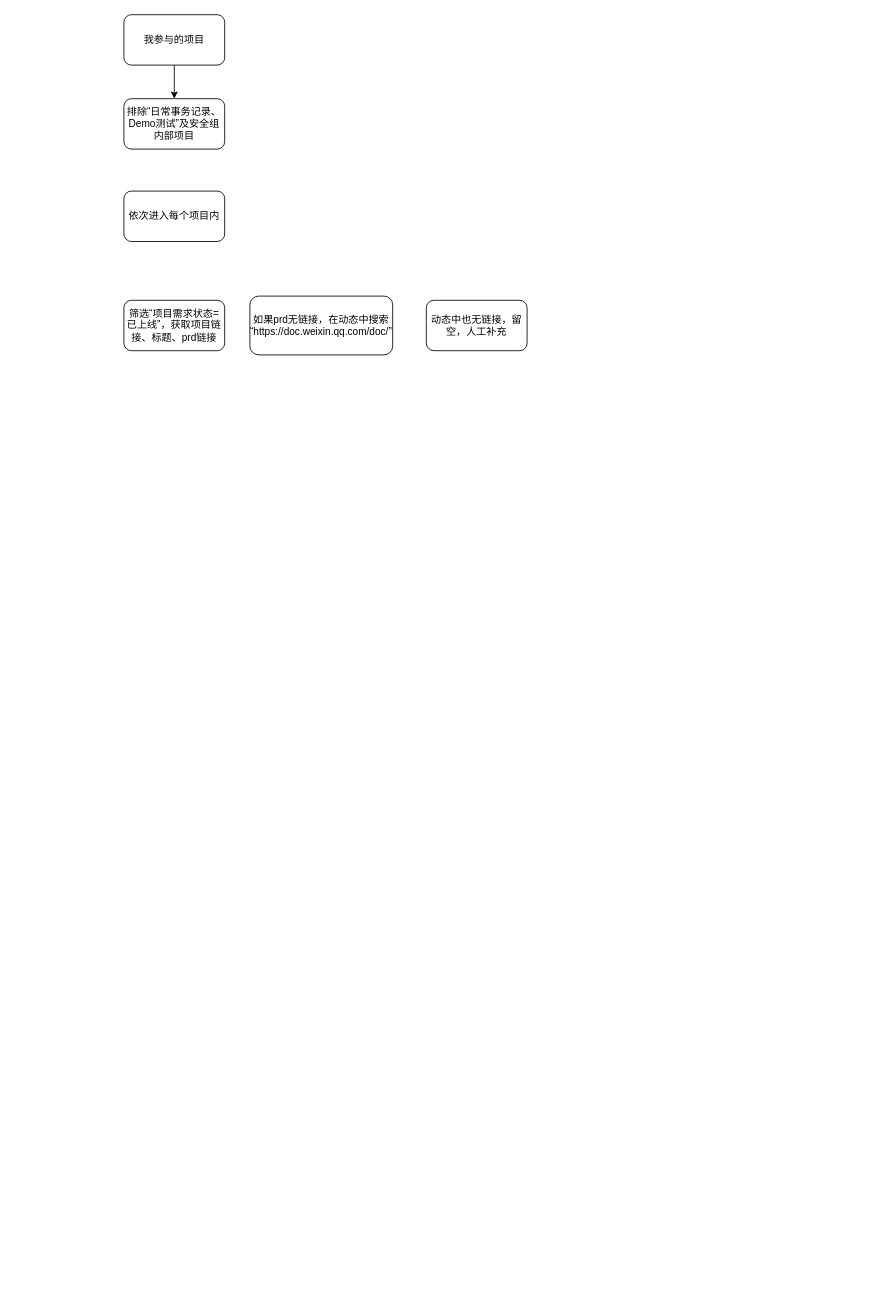
Before: tb项目新建.drawio in grayes/draw.io, a draw.io diagram. Source tidied: cells renumbered, new cells numbered last; positions are measured from the earlier drawing's top-left corner, leaving out a move shared by most shapes. Both pictures are drawn from the tidied source at 84%, with x=0, y=0 at pixel (123, 14).
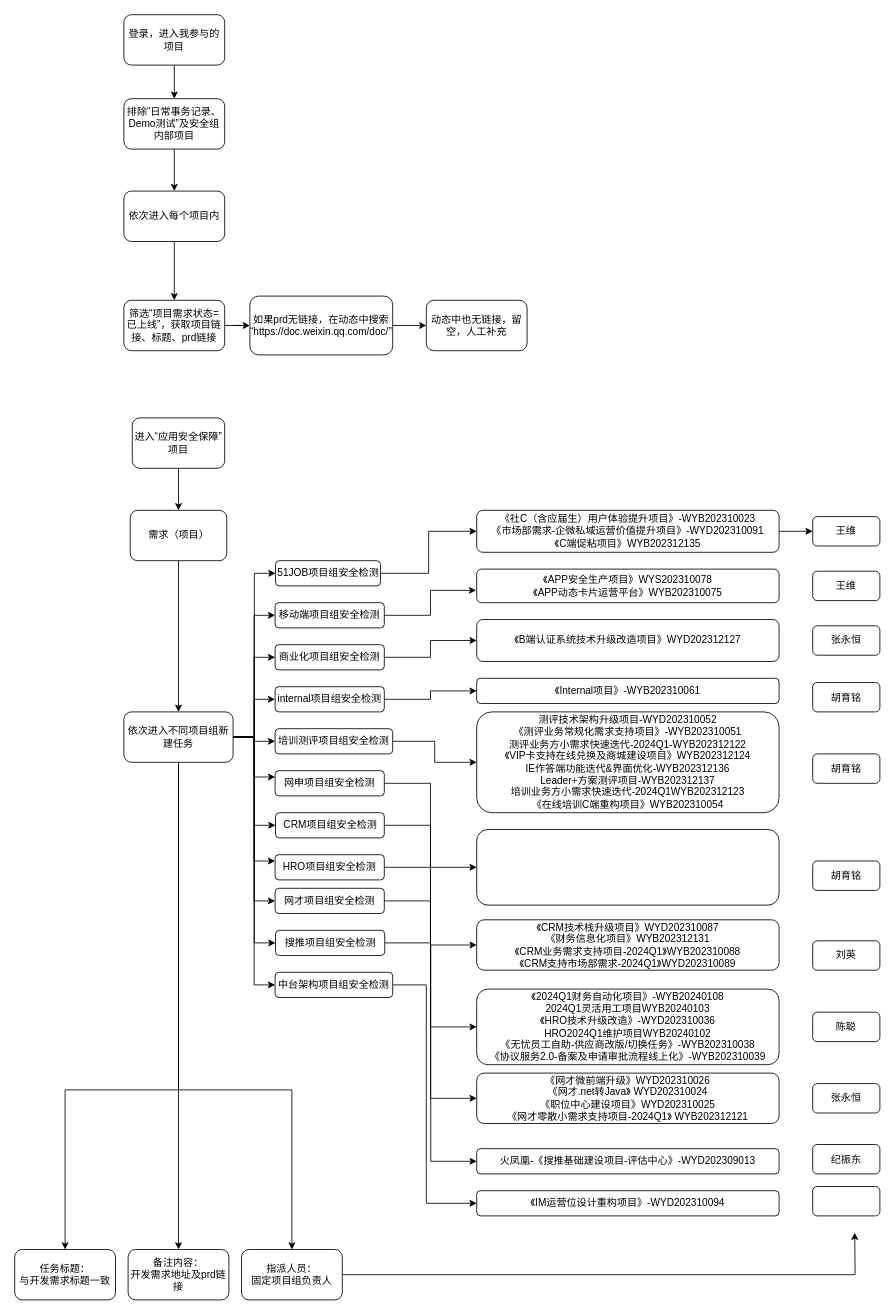
The same diagram, later.

Commit message (it also covers changes not shown here):
更新tb项目新建.drawio

Unchanged cells that the change refers to:
```xml
<mxCell id="4" value="排除“日常事务记录、Demo测试”及安全组内部项目" style="rounded=1;whiteSpace=wrap;html=1;" parent="1" vertex="1">
  <mxGeometry y="100" width="120" height="60" as="geometry" />
</mxCell>
<mxCell id="5" value="依次进入每个项目内" style="rounded=1;whiteSpace=wrap;html=1;" parent="1" vertex="1">
  <mxGeometry y="210" width="120" height="60" as="geometry" />
</mxCell>
<mxCell id="6" value="筛选“项目需求状态=已上线”，获取项目链接、标题、prd链接" style="rounded=1;whiteSpace=wrap;html=1;" parent="1" vertex="1">
  <mxGeometry y="340" width="120" height="60" as="geometry" />
</mxCell>
<mxCell id="7" value="如果prd无链接，在动态中搜索“https://doc.weixin.qq.com/doc/”" style="rounded=1;whiteSpace=wrap;html=1;" parent="1" vertex="1">
  <mxGeometry x="150" y="335" width="170" height="70" as="geometry" />
</mxCell>
<mxCell id="8" value="动态中也无链接，留空，人工补充" style="rounded=1;whiteSpace=wrap;html=1;" parent="1" vertex="1">
  <mxGeometry x="360" y="340" width="120" height="60" as="geometry" />
</mxCell>
```

Change to the diagram source:
```diff
@@
-    <mxCell id="3" value="我参与的项目" style="rounded=1;whiteSpace=wrap;html=1;" parent="1" vertex="1">
+    <mxCell id="3" value="登录，进入我参与的项目" style="rounded=1;whiteSpace=wrap;html=1;" parent="1" vertex="1">
       <mxGeometry width="120" height="60" as="geometry" />
     </mxCell>
+    <mxCell id="9" style="edgeStyle=orthogonalEdgeStyle;rounded=0;jettySize=auto;html=1;" parent="1" edge="1" source="4" target="5">
+      <mxGeometry relative="1" as="geometry" />
+    </mxCell>
@@
+    <mxCell id="10" style="edgeStyle=orthogonalEdgeStyle;rounded=0;jettySize=auto;html=1;" parent="1" edge="1" source="5" target="6">
+      <mxGeometry relative="1" as="geometry" />
+    </mxCell>
@@
+    <mxCell id="11" style="edgeStyle=orthogonalEdgeStyle;rounded=0;jettySize=auto;html=1;" parent="1" edge="1" source="6" target="7">
+      <mxGeometry relative="1" as="geometry" />
+    </mxCell>
@@
+    <mxCell id="12" style="edgeStyle=orthogonalEdgeStyle;rounded=0;jettySize=auto;html=1;" parent="1" edge="1" source="7" target="8">
+      <mxGeometry relative="1" as="geometry" />
+    </mxCell>
@@
+    <mxCell id="13" style="edgeStyle=orthogonalEdgeStyle;rounded=0;jettySize=auto;html=1;" parent="1" edge="1" source="14" target="16">
+      <mxGeometry relative="1" as="geometry" />
+    </mxCell>
+    <mxCell id="14" value="进入“应用安全保障”项目" style="rounded=1;whiteSpace=wrap;html=1;" parent="1" vertex="1">
+      <mxGeometry x="10" y="480" width="110" height="60" as="geometry" />
+    </mxCell>
+    <mxCell id="15" style="edgeStyle=orthogonalEdgeStyle;rounded=0;jettySize=auto;html=1;entryX=0.5;entryY=0;entryDx=0;entryDy=0;" parent="1" edge="1" source="16" target="31">
+      <mxGeometry relative="1" as="geometry" />
+    </mxCell>
+    <mxCell id="16" value="需求（项目）" style="rounded=1;whiteSpace=wrap;html=1;" parent="1" vertex="1">
+      <mxGeometry x="7.5" y="590" width="115" height="60" as="geometry" />
+    </mxCell>
+    <mxCell id="17" style="edgeStyle=orthogonalEdgeStyle;rounded=0;jettySize=auto;html=1;entryX=0;entryY=0.5;entryDx=0;entryDy=0;" parent="1" edge="1" source="31" target="33">
+      <mxGeometry relative="1" as="geometry" />
+    </mxCell>
+    <mxCell id="18" style="edgeStyle=orthogonalEdgeStyle;rounded=0;jettySize=auto;html=1;entryX=0;entryY=0.5;entryDx=0;entryDy=0;" parent="1" edge="1" source="31" target="34">
+      <mxGeometry relative="1" as="geometry" />
+    </mxCell>
+    <mxCell id="19" style="edgeStyle=orthogonalEdgeStyle;rounded=0;jettySize=auto;html=1;entryX=0;entryY=0.5;entryDx=0;entryDy=0;" parent="1" edge="1" source="31" target="40">
+      <mxGeometry relative="1" as="geometry" />
+    </mxCell>
+    <mxCell id="20" style="edgeStyle=orthogonalEdgeStyle;rounded=0;jettySize=auto;html=1;entryX=0;entryY=0.5;entryDx=0;entryDy=0;" parent="1" edge="1" source="31" target="46">
+      <mxGeometry relative="1" as="geometry" />
+    </mxCell>
+    <mxCell id="21" style="edgeStyle=orthogonalEdgeStyle;rounded=0;jettySize=auto;html=1;entryX=0;entryY=0.5;entryDx=0;entryDy=0;" parent="1" edge="1" source="31" target="48">
+      <mxGeometry relative="1" as="geometry" />
+    </mxCell>
+    <mxCell id="22" style="edgeStyle=orthogonalEdgeStyle;rounded=0;jettySize=auto;html=1;exitX=1;exitY=0.5;exitDx=0;exitDy=0;entryX=0;entryY=0.25;entryDx=0;entryDy=0;" parent="1" edge="1" source="31" target="44">
+      <mxGeometry relative="1" as="geometry" />
+    </mxCell>
+    <mxCell id="23" style="edgeStyle=orthogonalEdgeStyle;rounded=0;jettySize=auto;html=1;entryX=0;entryY=0.5;entryDx=0;entryDy=0;" parent="1" edge="1" source="31" target="42">
+      <mxGeometry relative="1" as="geometry" />
+    </mxCell>
+    <mxCell id="24" style="edgeStyle=orthogonalEdgeStyle;rounded=0;jettySize=auto;html=1;entryX=0;entryY=0.25;entryDx=0;entryDy=0;" parent="1" edge="1" source="31" target="38">
+      <mxGeometry relative="1" as="geometry" />
+    </mxCell>
+    <mxCell id="25" style="edgeStyle=orthogonalEdgeStyle;rounded=0;jettySize=auto;html=1;entryX=0;entryY=0.5;entryDx=0;entryDy=0;" parent="1" edge="1" source="31" target="36">
+      <mxGeometry relative="1" as="geometry" />
+    </mxCell>
+    <mxCell id="26" style="edgeStyle=orthogonalEdgeStyle;rounded=0;jettySize=auto;html=1;entryX=0;entryY=0.5;entryDx=0;entryDy=0;" parent="1" edge="1" source="31" target="62">
+      <mxGeometry relative="1" as="geometry" />
+    </mxCell>
+    <mxCell id="27" style="edgeStyle=orthogonalEdgeStyle;rounded=0;jettySize=auto;html=1;entryX=0;entryY=0.5;entryDx=0;entryDy=0;" parent="1" edge="1" source="31" target="65">
+      <mxGeometry relative="1" as="geometry" />
+    </mxCell>
+    <mxCell id="28" style="edgeStyle=orthogonalEdgeStyle;rounded=0;jettySize=auto;html=1;" parent="1" edge="1" source="31" target="67">
+      <mxGeometry relative="1" as="geometry" />
+    </mxCell>
+    <mxCell id="29" style="edgeStyle=orthogonalEdgeStyle;rounded=0;jettySize=auto;html=1;entryX=0.5;entryY=0;entryDx=0;entryDy=0;" parent="1" edge="1" source="31" target="60">
+      <mxGeometry relative="1" as="geometry">
+        <Array as="points">
+          <mxPoint x="65" y="1280" />
+          <mxPoint x="-70" y="1280" />
+        </Array>
+      </mxGeometry>
+    </mxCell>
+    <mxCell id="30" style="edgeStyle=orthogonalEdgeStyle;rounded=0;jettySize=auto;html=1;entryX=0.5;entryY=0;entryDx=0;entryDy=0;" parent="1" edge="1" source="31" target="80">
+      <mxGeometry relative="1" as="geometry">
+        <Array as="points">
+          <mxPoint x="65" y="1280" />
+          <mxPoint x="200" y="1280" />
+        </Array>
+      </mxGeometry>
+    </mxCell>
+    <mxCell id="31" value="依次进入不同项目组新建任务" style="rounded=1;whiteSpace=wrap;html=1;" parent="1" vertex="1">
+      <mxGeometry y="830" width="130" height="60" as="geometry" />
+    </mxCell>
+    <mxCell id="32" style="edgeStyle=orthogonalEdgeStyle;rounded=0;jettySize=auto;html=1;entryX=0;entryY=0.5;entryDx=0;entryDy=0;" parent="1" edge="1" source="33" target="50">
+      <mxGeometry relative="1" as="geometry" />
+    </mxCell>
+    <mxCell id="33" value="51JOB项目组安全检测" style="rounded=1;whiteSpace=wrap;html=1;" parent="1" vertex="1">
+      <mxGeometry x="180.5" y="650" width="125" height="30" as="geometry" />
+    </mxCell>
+    <mxCell id="34" value="移动端项目组安全检测" style="rounded=1;whiteSpace=wrap;html=1;" parent="1" vertex="1">
+      <mxGeometry x="180" y="700" width="130" height="30" as="geometry" />
+    </mxCell>
+    <mxCell id="35" style="edgeStyle=orthogonalEdgeStyle;rounded=0;jettySize=auto;html=1;entryX=0;entryY=0.5;entryDx=0;entryDy=0;" parent="1" edge="1" source="36" target="59">
+      <mxGeometry relative="1" as="geometry" />
+    </mxCell>
+    <mxCell id="36" value="网才项目组安全检测" style="rounded=1;whiteSpace=wrap;html=1;" parent="1" vertex="1">
+      <mxGeometry x="180" y="1040" width="130" height="30" as="geometry" />
+    </mxCell>
+    <mxCell id="37" style="edgeStyle=orthogonalEdgeStyle;rounded=0;jettySize=auto;html=1;entryX=0;entryY=0.5;entryDx=0;entryDy=0;" parent="1" edge="1" source="38" target="58">
+      <mxGeometry relative="1" as="geometry" />
+    </mxCell>
+    <mxCell id="38" value="HRO项目组安全检测" style="rounded=1;whiteSpace=wrap;html=1;" parent="1" vertex="1">
+      <mxGeometry x="180" y="1000" width="130" height="30" as="geometry" />
+    </mxCell>
+    <mxCell id="39" style="edgeStyle=orthogonalEdgeStyle;rounded=0;jettySize=auto;html=1;entryX=0;entryY=0.5;entryDx=0;entryDy=0;" parent="1" edge="1" source="40" target="53">
+      <mxGeometry relative="1" as="geometry" />
+    </mxCell>
+    <mxCell id="40" value="商业化项目组安全检测" style="rounded=1;whiteSpace=wrap;html=1;" parent="1" vertex="1">
+      <mxGeometry x="180" y="750" width="130" height="30" as="geometry" />
+    </mxCell>
+    <mxCell id="41" style="edgeStyle=orthogonalEdgeStyle;rounded=0;jettySize=auto;html=1;entryX=0;entryY=0.5;entryDx=0;entryDy=0;" parent="1" edge="1" source="42" target="54">
+      <mxGeometry relative="1" as="geometry" />
+    </mxCell>
+    <mxCell id="42" value="CRM项目组安全检测" style="rounded=1;whiteSpace=wrap;html=1;" parent="1" vertex="1">
+      <mxGeometry x="180.5" y="950" width="129.5" height="30" as="geometry" />
+    </mxCell>
+    <mxCell id="43" style="edgeStyle=orthogonalEdgeStyle;rounded=0;jettySize=auto;html=1;exitX=1;exitY=0.5;exitDx=0;exitDy=0;entryX=0;entryY=0.5;entryDx=0;entryDy=0;" parent="1" edge="1" source="44" target="57">
+      <mxGeometry relative="1" as="geometry" />
+    </mxCell>
+    <mxCell id="44" value="网申项目组安全检测" style="rounded=1;whiteSpace=wrap;html=1;" parent="1" vertex="1">
+      <mxGeometry x="180" y="900" width="130" height="30" as="geometry" />
+    </mxCell>
+    <mxCell id="45" style="edgeStyle=orthogonalEdgeStyle;rounded=0;jettySize=auto;html=1;entryX=0;entryY=0.5;entryDx=0;entryDy=0;" parent="1" edge="1" source="46" target="55">
+      <mxGeometry relative="1" as="geometry" />
+    </mxCell>
+    <mxCell id="46" value="internal项目组安全检测" style="rounded=1;whiteSpace=wrap;html=1;" parent="1" vertex="1">
+      <mxGeometry x="180" y="800" width="130" height="30" as="geometry" />
+    </mxCell>
+    <mxCell id="47" style="edgeStyle=orthogonalEdgeStyle;rounded=0;jettySize=auto;html=1;" parent="1" edge="1" source="48" target="56">
+      <mxGeometry relative="1" as="geometry" />
+    </mxCell>
+    <mxCell id="48" value="培训测评项目组安全检测" style="rounded=1;whiteSpace=wrap;html=1;" parent="1" vertex="1">
+      <mxGeometry x="180" y="850" width="140" height="30" as="geometry" />
+    </mxCell>
+    <mxCell id="49" style="edgeStyle=orthogonalEdgeStyle;rounded=0;jettySize=auto;html=1;" parent="1" edge="1" source="50" target="68">
+      <mxGeometry relative="1" as="geometry" />
+    </mxCell>
+    <mxCell id="50" value="《社C（含应届生）用户体验提升项目》-WYB202310023 &lt;br&gt;《市场部需求-企微私域运营价值提升项目》-WYD202310091&lt;br&gt;《C端促粘项目》WYB202312135" style="rounded=1;whiteSpace=wrap;html=1;" parent="1" vertex="1">
+      <mxGeometry x="420" y="590" width="360" height="50" as="geometry" />
+    </mxCell>
+    <mxCell id="51" value="《APP安全生产项目》WYS202310078&lt;br&gt;《APP动态卡片运营平台》WYB202310075" style="rounded=1;whiteSpace=wrap;html=1;" parent="1" vertex="1">
+      <mxGeometry x="420" y="660" width="360" height="40" as="geometry" />
+    </mxCell>
+    <mxCell id="52" style="edgeStyle=orthogonalEdgeStyle;rounded=0;jettySize=auto;html=1;entryX=-0.002;entryY=0.633;entryDx=0;entryDy=0;entryPerimeter=0;" parent="1" edge="1" source="34" target="51">
+      <mxGeometry relative="1" as="geometry" />
+    </mxCell>
+    <mxCell id="53" value="《B端认证系统技术升级改造项目》WYD202312127" style="rounded=1;whiteSpace=wrap;html=1;" parent="1" vertex="1">
+      <mxGeometry x="420" y="720" width="360" height="50" as="geometry" />
+    </mxCell>
+    <mxCell id="54" value="《CRM技术栈升级项目》WYD202310087&lt;br&gt;《财务信息化项目》WYB202312131&lt;br&gt;《CRM业务需求支持项目-2024Q1》WYB202310088&lt;br&gt;《CRM支持市场部需求-2024Q1》WYD202310089" style="rounded=1;whiteSpace=wrap;html=1;" parent="1" vertex="1">
+      <mxGeometry x="420" y="1077.5" width="360" height="60" as="geometry" />
+    </mxCell>
+    <mxCell id="55" value="《Internal项目》-WYB202310061" style="rounded=1;whiteSpace=wrap;html=1;" parent="1" vertex="1">
+      <mxGeometry x="420" y="790" width="360" height="30" as="geometry" />
+    </mxCell>
+    <mxCell id="56" value="测评技术架构升级项目-WYD202310052&lt;br&gt;《测评业务常规化需求支持项目》-WYB202310051&lt;br&gt;测评业务方小需求快速迭代-2024Q1-WYB202312122&lt;br&gt;《VIP卡支持在线兑换及商城建设项目》WYB202312124&lt;br&gt;IE作答端功能迭代&amp;amp;界面优化-WYB202312136&lt;br&gt;Leader+方案测评项目-WYB202312137&lt;br&gt;培训业务方小需求快速迭代-2024Q1WYB202312123&lt;br&gt;《在线培训C端重构项目》WYB202310054" style="rounded=1;whiteSpace=wrap;html=1;" parent="1" vertex="1">
+      <mxGeometry x="420" y="830" width="360" height="120" as="geometry" />
+    </mxCell>
+    <mxCell id="57" style="rounded=1;whiteSpace=wrap;html=1;" parent="1" vertex="1">
+      <mxGeometry x="420" y="970" width="360" height="90" as="geometry" />
+    </mxCell>
+    <mxCell id="58" value="《2024Q1财务自动化项目》-WYB20240108&lt;br style=&quot;border-color: var(--border-color);&quot;&gt;2024Q1灵活用工项目WYB20240103&lt;br style=&quot;border-color: var(--border-color);&quot;&gt;《HRO技术升级改造》-WYD202310036&lt;br style=&quot;border-color: var(--border-color);&quot;&gt;HRO2024Q1维护项目WYB20240102&lt;br style=&quot;border-color: var(--border-color);&quot;&gt;《无忧员工自助-供应商改版/切换任务》-WYB202310038&lt;br style=&quot;border-color: var(--border-color);&quot;&gt;《协议服务2.0-备案及申请审批流程线上化》-WYB202310039" style="rounded=1;whiteSpace=wrap;html=1;" parent="1" vertex="1">
+      <mxGeometry x="420" y="1160" width="360" height="90" as="geometry" />
+    </mxCell>
+    <mxCell id="59" value="《网才微前端升级》WYD202310026&lt;br&gt;《网才.net转Java》&amp;nbsp;WYD202310024&lt;br&gt;《职位中心建设项目》WYD202310025&lt;br&gt;《网才零散小需求支持项目-2024Q1》&amp;nbsp;WYB202312121" style="rounded=1;whiteSpace=wrap;html=1;" parent="1" vertex="1">
+      <mxGeometry x="420" y="1260" width="360" height="60" as="geometry" />
+    </mxCell>
+    <mxCell id="60" value="任务标题：&lt;br&gt;与开发需求标题一致" style="rounded=1;whiteSpace=wrap;html=1;" parent="1" vertex="1">
+      <mxGeometry x="-130" y="1470" width="120" height="60" as="geometry" />
+    </mxCell>
+    <mxCell id="61" style="edgeStyle=orthogonalEdgeStyle;rounded=0;jettySize=auto;html=1;entryX=0;entryY=0.5;entryDx=0;entryDy=0;" parent="1" edge="1" source="62" target="63">
+      <mxGeometry relative="1" as="geometry" />
+    </mxCell>
+    <mxCell id="62" value="搜推项目组安全检测" style="rounded=1;whiteSpace=wrap;html=1;" parent="1" vertex="1">
+      <mxGeometry x="180.5" y="1090" width="130" height="30" as="geometry" />
+    </mxCell>
+    <mxCell id="63" value="火凤凰-《搜推基础建设项目-评估中心》-WYD202309013" style="rounded=1;whiteSpace=wrap;html=1;" parent="1" vertex="1">
+      <mxGeometry x="420" y="1350" width="360" height="30" as="geometry" />
+    </mxCell>
+    <mxCell id="64" style="edgeStyle=orthogonalEdgeStyle;rounded=0;jettySize=auto;html=1;entryX=0;entryY=0.5;entryDx=0;entryDy=0;" parent="1" edge="1" source="65" target="66">
+      <mxGeometry relative="1" as="geometry">
+        <Array as="points">
+          <mxPoint x="360" y="1155" />
+          <mxPoint x="360" y="1415" />
+        </Array>
+      </mxGeometry>
+    </mxCell>
+    <mxCell id="65" value="中台架构项目组安全检测" style="rounded=1;whiteSpace=wrap;html=1;" parent="1" vertex="1">
+      <mxGeometry x="180" y="1140" width="140" height="30" as="geometry" />
+    </mxCell>
+    <mxCell id="66" value="《IM运营位设计重构项目》-WYD202310094" style="rounded=1;whiteSpace=wrap;html=1;" parent="1" vertex="1">
+      <mxGeometry x="420" y="1400" width="360" height="30" as="geometry" />
+    </mxCell>
+    <mxCell id="67" value="备注内容：&lt;br&gt;开发需求地址及prd链接" style="rounded=1;whiteSpace=wrap;html=1;" parent="1" vertex="1">
+      <mxGeometry x="5" y="1470" width="120" height="60" as="geometry" />
+    </mxCell>
+    <mxCell id="68" value="王维" style="whiteSpace=wrap;html=1;rounded=1;" parent="1" vertex="1">
+      <mxGeometry x="820" y="597.5" width="80" height="35" as="geometry" />
+    </mxCell>
+    <mxCell id="69" value="王维" style="whiteSpace=wrap;html=1;rounded=1;" parent="1" vertex="1">
+      <mxGeometry x="820" y="662.5" width="80" height="35" as="geometry" />
+    </mxCell>
+    <mxCell id="70" value="张永恒" style="whiteSpace=wrap;html=1;rounded=1;" parent="1" vertex="1">
+      <mxGeometry x="820" y="727.5" width="80" height="35" as="geometry" />
+    </mxCell>
+    <mxCell id="71" value="胡育铭" style="whiteSpace=wrap;html=1;rounded=1;" parent="1" vertex="1">
+      <mxGeometry x="820" y="795" width="80" height="35" as="geometry" />
+    </mxCell>
+    <mxCell id="72" value="胡育铭" style="whiteSpace=wrap;html=1;rounded=1;" parent="1" vertex="1">
+      <mxGeometry x="820" y="880" width="80" height="35" as="geometry" />
+    </mxCell>
+    <mxCell id="73" value="胡育铭" style="whiteSpace=wrap;html=1;rounded=1;" parent="1" vertex="1">
+      <mxGeometry x="820" y="1007.5" width="80" height="35" as="geometry" />
+    </mxCell>
+    <mxCell id="74" value="刘英" style="whiteSpace=wrap;html=1;rounded=1;" parent="1" vertex="1">
+      <mxGeometry x="820" y="1102.5" width="80" height="35" as="geometry" />
+    </mxCell>
+    <mxCell id="75" value="陈聪" style="whiteSpace=wrap;html=1;rounded=1;" parent="1" vertex="1">
+      <mxGeometry x="820" y="1187.5" width="80" height="35" as="geometry" />
+    </mxCell>
+    <mxCell id="76" value="张永恒" style="whiteSpace=wrap;html=1;rounded=1;" parent="1" vertex="1">
+      <mxGeometry x="820" y="1272.5" width="80" height="35" as="geometry" />
+    </mxCell>
+    <mxCell id="77" value="纪振东" style="whiteSpace=wrap;html=1;rounded=1;" parent="1" vertex="1">
+      <mxGeometry x="820" y="1345" width="80" height="35" as="geometry" />
+    </mxCell>
+    <mxCell id="78" style="whiteSpace=wrap;html=1;rounded=1;" parent="1" vertex="1">
+      <mxGeometry x="820" y="1395" width="80" height="35" as="geometry" />
+    </mxCell>
+    <mxCell id="79" style="edgeStyle=orthogonalEdgeStyle;rounded=0;jettySize=auto;html=1;" parent="1" edge="1" source="80">
+      <mxGeometry relative="1" as="geometry">
+        <mxPoint x="870" y="1450" as="targetPoint" />
+      </mxGeometry>
+    </mxCell>
+    <mxCell id="80" value="指派人员：&lt;br&gt;固定项目组负责人" style="rounded=1;whiteSpace=wrap;html=1;" parent="1" vertex="1">
+      <mxGeometry x="140" y="1470" width="120" height="60" as="geometry" />
+    </mxCell>
```
